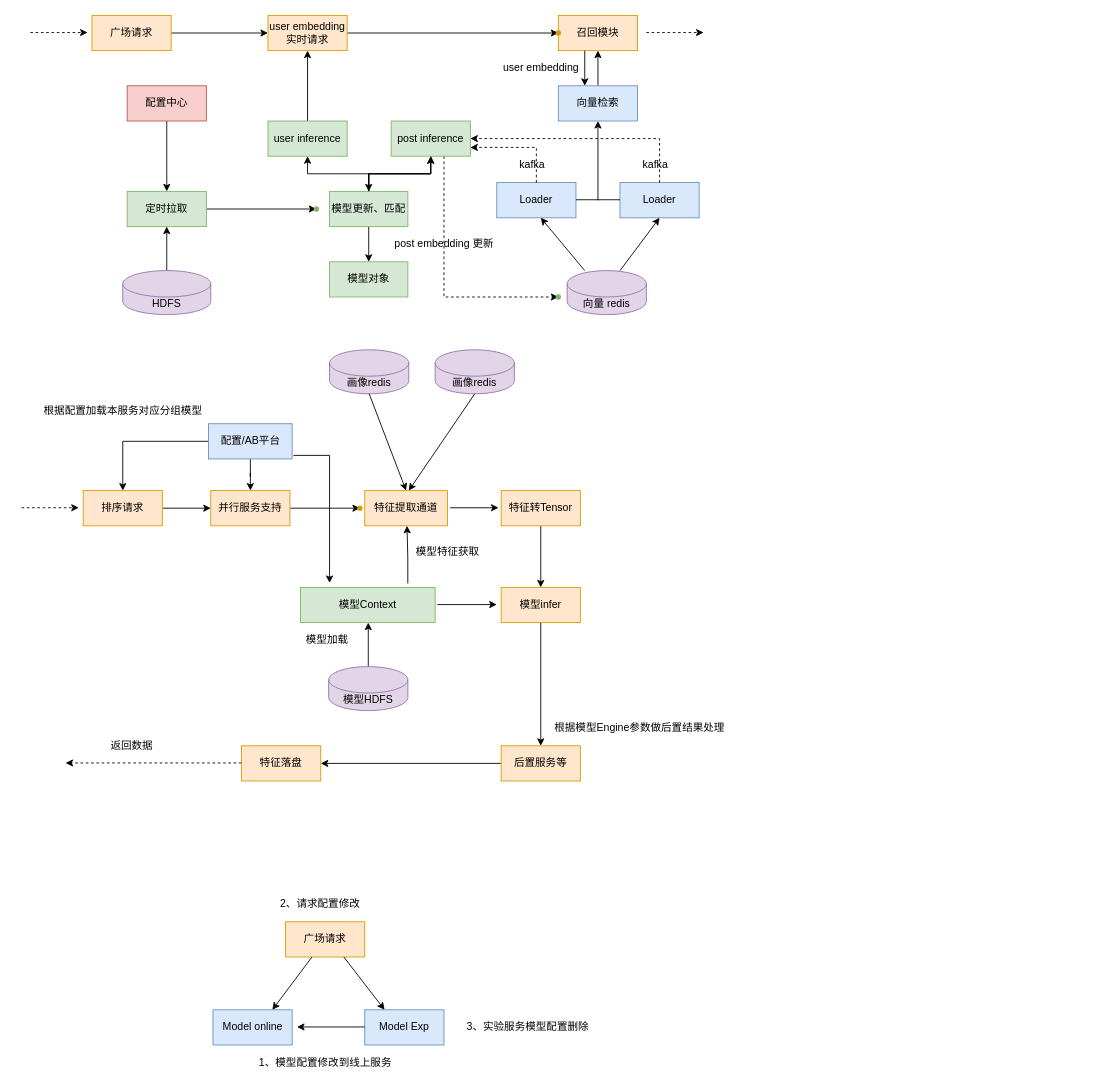
Above: page "Page-1" (1 of 2) of drawIO_sort.drawio in pjhope/dml (draw.io), before the change. Source tidied: cells renumbered, new cells numbered last; positions are measured from the earlier drawing's top-left corner, leaving out a move shared by most shapes. Both pictures are drawn from the tidied source at 88%, with x=0, y=0 at pixel (21, 15).
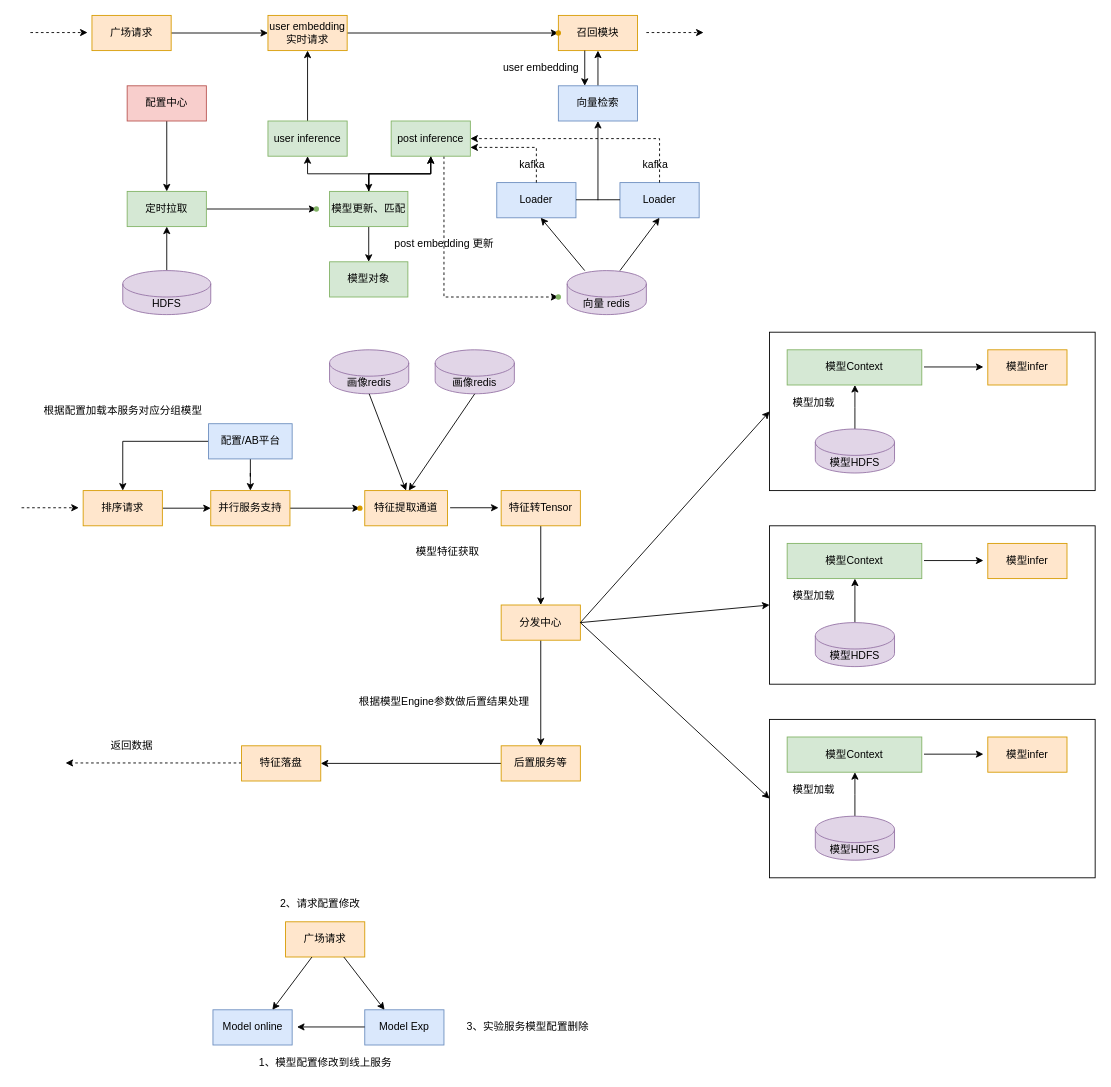
After the change.

The change refers to these unchanged cells:
```xml
<mxCell id="62" value="特征转Tensor" style="rounded=0;whiteSpace=wrap;html=1;fillColor=#ffe6cc;strokeColor=#d79b00;" parent="1" vertex="1">
  <mxGeometry x="545" y="540" width="90" height="40" as="geometry" />
</mxCell>
<mxCell id="64" value="后置服务等" style="rounded=0;whiteSpace=wrap;html=1;fillColor=#ffe6cc;strokeColor=#d79b00;" parent="1" vertex="1">
  <mxGeometry x="545" y="830" width="90" height="40" as="geometry" />
</mxCell>
```

What changed in the source:
```diff
@@
     <mxCell id="20" style="edgeStyle=orthogonalEdgeStyle;rounded=0;jettySize=auto;html=1;" parent="1" edge="1" source="21">
       <mxGeometry relative="1" as="geometry">
-        <mxPoint x="394" y="690" as="targetPoint" />
+        <mxPoint x="947" y="420" as="targetPoint" />
       </mxGeometry>
     </mxCell>
     <mxCell id="21" value="模型HDFS" style="shape=cylinder3;whiteSpace=wrap;html=1;boundedLbl=1;backgroundOutline=1;size=15;fillColor=#e1d5e7;strokeColor=#9673a6;" parent="1" vertex="1">
-      <mxGeometry x="349" y="740" width="90" height="50" as="geometry" />
+      <mxGeometry x="902" y="470" width="90" height="50" as="geometry" />
     </mxCell>
@@
-    <mxCell id="58" style="edgeStyle=orthogonalEdgeStyle;rounded=0;jettySize=auto;html=1;" parent="1" edge="1" source="59" target="64">
-      <mxGeometry relative="1" as="geometry" />
-    </mxCell>
     <mxCell id="59" value="模型infer" style="rounded=0;whiteSpace=wrap;html=1;fillColor=#ffe6cc;strokeColor=#d79b00;" parent="1" vertex="1">
-      <mxGeometry x="545" y="650" width="90" height="40" as="geometry" />
+      <mxGeometry x="1098" y="380" width="90" height="40" as="geometry" />
     </mxCell>
@@
-    <mxCell id="61" style="edgeStyle=orthogonalEdgeStyle;rounded=0;jettySize=auto;html=1;" parent="1" edge="1" source="62" target="59">
-      <mxGeometry relative="1" as="geometry" />
-    </mxCell>
+    <mxCell id="88" style="edgeStyle=orthogonalEdgeStyle;rounded=0;jettySize=auto;html=1;" parent="1" edge="1" source="62" target="105">
+      <mxGeometry relative="1" as="geometry" />
+    </mxCell>
@@
     <mxCell id="66" value="模型加载" style="text;html=1;align=center;verticalAlign=middle;fillColor=none;strokeColor=none;rounded=0;" parent="1" vertex="1">
-      <mxGeometry x="317" y="700" width="60" height="20" as="geometry" />
+      <mxGeometry x="870" y="430" width="60" height="20" as="geometry" />
     </mxCell>
@@
     <mxCell id="73" value="模型Context" style="rounded=0;whiteSpace=wrap;html=1;fillColor=#d5e8d4;strokeColor=#82b366;" parent="1" vertex="1">
-      <mxGeometry x="317" y="650" width="153" height="40" as="geometry" />
+      <mxGeometry x="870" y="380" width="153" height="40" as="geometry" />
     </mxCell>
-    <mxCell id="74" style="edgeStyle=orthogonalEdgeStyle;rounded=0;orthogonalLoop=1;jettySize=auto;html=1;" parent="1" edge="1">
-      <mxGeometry relative="1" as="geometry">
-        <mxPoint x="309" y="500" as="sourcePoint" />
-        <mxPoint x="350" y="645" as="targetPoint" />
-        <Array as="points">
-          <mxPoint x="350" y="500" />
-        </Array>
-      </mxGeometry>
-    </mxCell>
-    <mxCell id="75" style="edgeStyle=orthogonalEdgeStyle;rounded=0;jettySize=auto;html=1;exitX=0.797;exitY=-0.112;exitDx=0;exitDy=0;exitPerimeter=0;" parent="1" edge="1" source="73">
-      <mxGeometry relative="1" as="geometry">
-        <mxPoint x="438" y="580" as="targetPoint" />
-      </mxGeometry>
-    </mxCell>
@@
     <mxCell id="77" style="edgeStyle=orthogonalEdgeStyle;rounded=0;orthogonalLoop=1;jettySize=auto;html=1;" parent="1" edge="1">
       <mxGeometry relative="1" as="geometry">
-        <mxPoint x="472.5" y="669.5" as="sourcePoint" />
-        <mxPoint x="540" y="669.5" as="targetPoint" />
+        <mxPoint x="1025.5" y="399.5" as="sourcePoint" />
+        <mxPoint x="1093" y="399.5" as="targetPoint" />
       </mxGeometry>
     </mxCell>
     <mxCell id="78" value="根据模型Engine参数做后置结果处理" style="text;html=1;align=center;verticalAlign=middle;fillColor=none;strokeColor=none;rounded=0;" parent="1" vertex="1">
-      <mxGeometry x="597" y="800" width="210" height="20" as="geometry" />
+      <mxGeometry x="375" y="770" width="210" height="20" as="geometry" />
     </mxCell>
@@
+    <mxCell id="89" style="rounded=0;whiteSpace=wrap;html=1;gradientColor=none;fillColor=none;" parent="1" vertex="1">
+      <mxGeometry x="850" y="360" width="370" height="180" as="geometry" />
+    </mxCell>
+    <mxCell id="90" style="edgeStyle=orthogonalEdgeStyle;rounded=0;jettySize=auto;html=1;" parent="1" edge="1" source="91">
+      <mxGeometry relative="1" as="geometry">
+        <mxPoint x="947" y="640" as="targetPoint" />
+      </mxGeometry>
+    </mxCell>
+    <mxCell id="91" value="模型HDFS" style="shape=cylinder3;whiteSpace=wrap;html=1;boundedLbl=1;backgroundOutline=1;size=15;fillColor=#e1d5e7;strokeColor=#9673a6;" parent="1" vertex="1">
+      <mxGeometry x="902" y="690" width="90" height="50" as="geometry" />
+    </mxCell>
+    <mxCell id="92" value="模型infer" style="rounded=0;whiteSpace=wrap;html=1;fillColor=#ffe6cc;strokeColor=#d79b00;" parent="1" vertex="1">
+      <mxGeometry x="1098" y="600" width="90" height="40" as="geometry" />
+    </mxCell>
+    <mxCell id="93" value="模型加载" style="text;html=1;align=center;verticalAlign=middle;fillColor=none;strokeColor=none;rounded=0;" parent="1" vertex="1">
+      <mxGeometry x="870" y="650" width="60" height="20" as="geometry" />
+    </mxCell>
+    <mxCell id="94" value="模型Context" style="rounded=0;whiteSpace=wrap;html=1;fillColor=#d5e8d4;strokeColor=#82b366;" parent="1" vertex="1">
+      <mxGeometry x="870" y="600" width="153" height="40" as="geometry" />
+    </mxCell>
+    <mxCell id="95" style="edgeStyle=orthogonalEdgeStyle;rounded=0;orthogonalLoop=1;jettySize=auto;html=1;" parent="1" edge="1">
+      <mxGeometry relative="1" as="geometry">
+        <mxPoint x="1025.5" y="619.5" as="sourcePoint" />
+        <mxPoint x="1093" y="619.5" as="targetPoint" />
+      </mxGeometry>
+    </mxCell>
+    <mxCell id="96" style="rounded=0;whiteSpace=wrap;html=1;gradientColor=none;fillColor=none;" parent="1" vertex="1">
+      <mxGeometry x="850" y="580" width="370" height="180" as="geometry" />
+    </mxCell>
+    <mxCell id="97" style="edgeStyle=orthogonalEdgeStyle;rounded=0;jettySize=auto;html=1;" parent="1" edge="1" source="98">
+      <mxGeometry relative="1" as="geometry">
+        <mxPoint x="947" y="860" as="targetPoint" />
+      </mxGeometry>
+    </mxCell>
+    <mxCell id="98" value="模型HDFS" style="shape=cylinder3;whiteSpace=wrap;html=1;boundedLbl=1;backgroundOutline=1;size=15;fillColor=#e1d5e7;strokeColor=#9673a6;" parent="1" vertex="1">
+      <mxGeometry x="902" y="910" width="90" height="50" as="geometry" />
+    </mxCell>
+    <mxCell id="99" value="模型infer" style="rounded=0;whiteSpace=wrap;html=1;fillColor=#ffe6cc;strokeColor=#d79b00;" parent="1" vertex="1">
+      <mxGeometry x="1098" y="820" width="90" height="40" as="geometry" />
+    </mxCell>
+    <mxCell id="100" value="模型加载" style="text;html=1;align=center;verticalAlign=middle;fillColor=none;strokeColor=none;rounded=0;" parent="1" vertex="1">
+      <mxGeometry x="870" y="870" width="60" height="20" as="geometry" />
+    </mxCell>
+    <mxCell id="101" value="模型Context" style="rounded=0;whiteSpace=wrap;html=1;fillColor=#d5e8d4;strokeColor=#82b366;" parent="1" vertex="1">
+      <mxGeometry x="870" y="820" width="153" height="40" as="geometry" />
+    </mxCell>
+    <mxCell id="102" style="edgeStyle=orthogonalEdgeStyle;rounded=0;orthogonalLoop=1;jettySize=auto;html=1;" parent="1" edge="1">
+      <mxGeometry relative="1" as="geometry">
+        <mxPoint x="1025.5" y="839.5" as="sourcePoint" />
+        <mxPoint x="1093" y="839.5" as="targetPoint" />
+      </mxGeometry>
+    </mxCell>
+    <mxCell id="103" style="rounded=0;whiteSpace=wrap;html=1;gradientColor=none;fillColor=none;" parent="1" vertex="1">
+      <mxGeometry x="850" y="800" width="370" height="180" as="geometry" />
+    </mxCell>
+    <mxCell id="104" style="edgeStyle=orthogonalEdgeStyle;rounded=0;jettySize=auto;html=1;entryX=0.5;entryY=0;entryDx=0;entryDy=0;" parent="1" edge="1" source="105" target="64">
+      <mxGeometry relative="1" as="geometry" />
+    </mxCell>
+    <mxCell id="105" value="分发中心" style="rounded=0;whiteSpace=wrap;html=1;fillColor=#ffe6cc;strokeColor=#d79b00;" parent="1" vertex="1">
+      <mxGeometry x="545" y="670" width="90" height="40" as="geometry" />
+    </mxCell>
+    <mxCell id="106" style="endArrow=classic;html=1;rounded=0;entryX=0;entryY=0.5;entryDx=0;entryDy=0;exitX=1;exitY=0.5;exitDx=0;exitDy=0;" parent="1" edge="1" source="105" target="89">
+      <mxGeometry relative="1" as="geometry" />
+    </mxCell>
+    <mxCell id="107" style="endArrow=classic;html=1;rounded=0;entryX=0;entryY=0.5;entryDx=0;entryDy=0;exitX=1;exitY=0.5;exitDx=0;exitDy=0;" parent="1" edge="1" source="105" target="96">
+      <mxGeometry relative="1" as="geometry" />
+    </mxCell>
+    <mxCell id="108" style="endArrow=classic;html=1;rounded=0;entryX=0;entryY=0.5;entryDx=0;entryDy=0;exitX=1;exitY=0.5;exitDx=0;exitDy=0;" parent="1" edge="1" source="105" target="103">
+      <mxGeometry relative="1" as="geometry" />
+    </mxCell>
```
